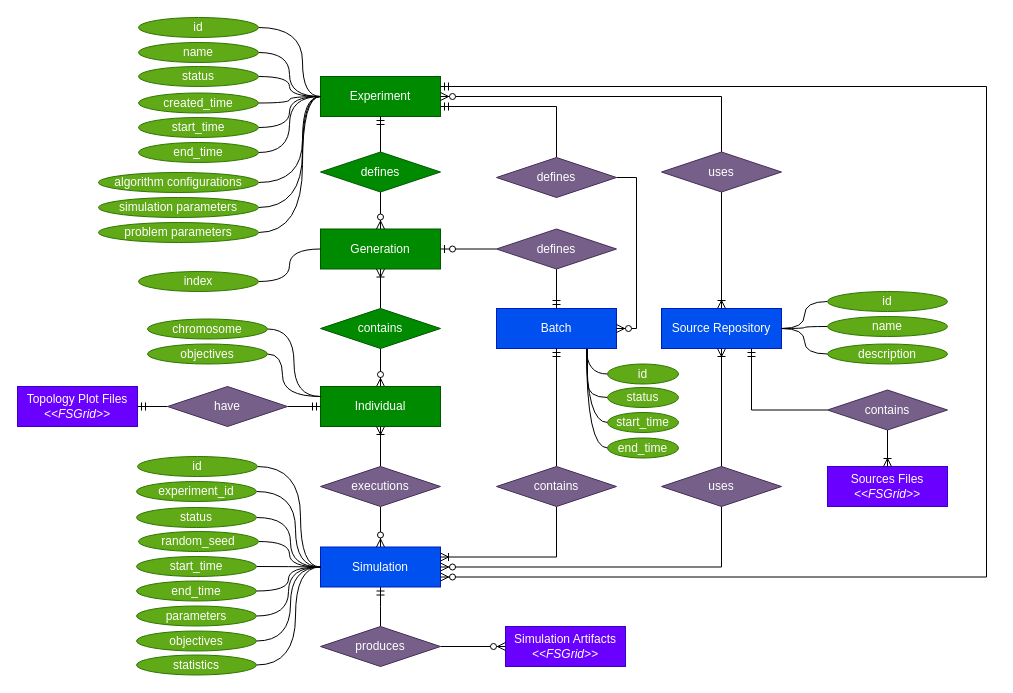
This is page "entity-relationship" (3 of 3) of docs/diagrams/diagrams1.drawio from JunioCesarFerreira/simlab, a draw.io file, before an edit. Source tidied: cells renumbered, new cells numbered last; positions are measured from the earlier drawing's top-left corner, leaving out a move shared by most shapes. Both pictures are drawn from the tidied source at 100%, with x=0, y=0 at pixel (17, 17).
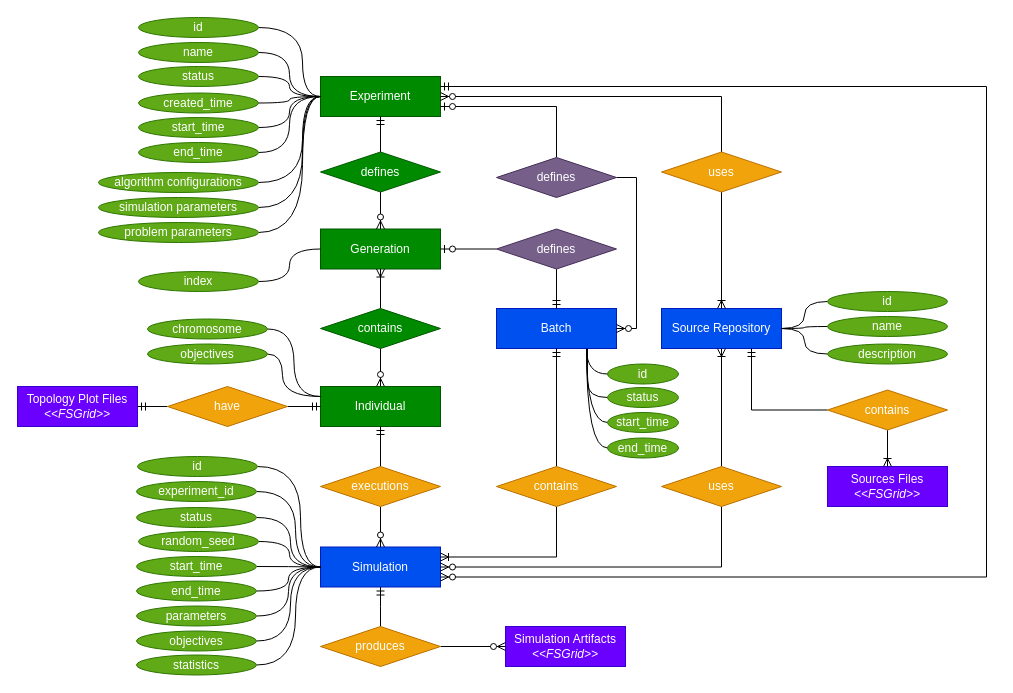
After the change.

The change refers to these unchanged cells:
```xml
<mxCell id="2" value="Experiment" style="rounded=0;whiteSpace=wrap;html=1;fillColor=#008a00;strokeColor=#005700;fontColor=#ffffff;" parent="1" vertex="1">
  <mxGeometry x="303" y="59" width="120" height="40" as="geometry" />
</mxCell>
<mxCell id="66" value="Individual" style="rounded=0;whiteSpace=wrap;html=1;fillColor=#008a00;strokeColor=#005700;fontColor=#ffffff;" parent="1" vertex="1">
  <mxGeometry x="303" y="369" width="120" height="40" as="geometry" />
</mxCell>
<mxCell id="100" value="defines" style="rhombus;whiteSpace=wrap;html=1;fillColor=#76608a;strokeColor=#432D57;fontColor=#ffffff;" parent="1" vertex="1">
  <mxGeometry x="479" y="140" width="120" height="40" as="geometry" />
</mxCell>
```

What changed in the source:
```diff
@@
-    <mxCell id="62" value="uses" style="rhombus;whiteSpace=wrap;html=1;fillColor=#76608a;strokeColor=#432D57;fontColor=#ffffff;" parent="1" vertex="1">
+    <mxCell id="62" value="uses" style="rhombus;whiteSpace=wrap;html=1;fillColor=#f0a30a;strokeColor=#BD7000;fontColor=#ffffff;" parent="1" vertex="1">
       <mxGeometry x="644" y="134.5" width="120" height="40" as="geometry" />
     </mxCell>
@@
-    <mxCell id="65" value="produces" style="rhombus;whiteSpace=wrap;html=1;fillColor=#76608a;strokeColor=#432D57;fontColor=#ffffff;" parent="1" vertex="1">
+    <mxCell id="65" value="produces" style="rhombus;whiteSpace=wrap;html=1;fillColor=#f0a30a;strokeColor=#BD7000;fontColor=#ffffff;" parent="1" vertex="1">
       <mxGeometry x="303" y="609" width="120" height="40" as="geometry" />
     </mxCell>
@@
-    <mxCell id="67" style="edgeStyle=orthogonalEdgeStyle;rounded=0;jettySize=auto;html=1;exitX=0.5;exitY=0;exitDx=0;exitDy=0;endArrow=ERoneToMany;endFill=0;" parent="1" edge="1" source="69" target="66">
+    <mxCell id="67" style="edgeStyle=orthogonalEdgeStyle;rounded=0;jettySize=auto;html=1;exitX=0.5;exitY=0;exitDx=0;exitDy=0;endArrow=ERmandOne;endFill=0;" parent="1" edge="1" source="69" target="66">
       <mxGeometry relative="1" as="geometry" />
     </mxCell>
@@
-    <mxCell id="69" value="&lt;span style=&quot;text-align: left&quot;&gt;executions&lt;/span&gt;" style="rhombus;whiteSpace=wrap;html=1;fillColor=#76608a;strokeColor=#432D57;fontColor=#ffffff;" parent="1" vertex="1">
+    <mxCell id="69" value="&lt;span style=&quot;text-align: left&quot;&gt;executions&lt;/span&gt;" style="rhombus;whiteSpace=wrap;html=1;fillColor=#f0a30a;strokeColor=#BD7000;fontColor=#ffffff;" parent="1" vertex="1">
       <mxGeometry x="303" y="449" width="120" height="40" as="geometry" />
     </mxCell>
@@
-    <mxCell id="74" value="uses" style="rhombus;whiteSpace=wrap;html=1;fillColor=#76608a;strokeColor=#432D57;fontColor=#ffffff;" parent="1" vertex="1">
+    <mxCell id="74" value="uses" style="rhombus;whiteSpace=wrap;html=1;fillColor=#f0a30a;strokeColor=#BD7000;fontColor=#ffffff;" parent="1" vertex="1">
       <mxGeometry x="644" y="449" width="120" height="40" as="geometry" />
     </mxCell>
@@
-    <mxCell id="84" value="contains" style="rhombus;whiteSpace=wrap;html=1;fillColor=#76608a;strokeColor=#432D57;fontColor=#ffffff;" parent="1" vertex="1">
+    <mxCell id="84" value="contains" style="rhombus;whiteSpace=wrap;html=1;fillColor=#f0a30a;strokeColor=#BD7000;fontColor=#ffffff;" parent="1" vertex="1">
       <mxGeometry x="479" y="449" width="120" height="40" as="geometry" />
     </mxCell>
@@
-    <mxCell id="91" value="contains" style="rhombus;whiteSpace=wrap;html=1;fillColor=#76608a;strokeColor=#432D57;fontColor=#ffffff;" parent="1" vertex="1">
+    <mxCell id="91" value="contains" style="rhombus;whiteSpace=wrap;html=1;fillColor=#f0a30a;strokeColor=#BD7000;fontColor=#ffffff;" parent="1" vertex="1">
       <mxGeometry x="810" y="372.5" width="120" height="40" as="geometry" />
     </mxCell>
@@
-    <mxCell id="97" value="&lt;span style=&quot;text-align: left&quot;&gt;have&lt;/span&gt;" style="rhombus;whiteSpace=wrap;html=1;fillColor=#76608a;strokeColor=#432D57;fontColor=#ffffff;" parent="1" vertex="1">
+    <mxCell id="97" value="&lt;span style=&quot;text-align: left&quot;&gt;have&lt;/span&gt;" style="rhombus;whiteSpace=wrap;html=1;fillColor=#f0a30a;strokeColor=#BD7000;fontColor=#ffffff;" parent="1" vertex="1">
       <mxGeometry x="150" y="369" width="120" height="40" as="geometry" />
     </mxCell>
-    <mxCell id="98" style="edgeStyle=orthogonalEdgeStyle;rounded=0;jettySize=auto;html=1;exitX=0.5;exitY=0;exitDx=0;exitDy=0;entryX=1;entryY=0.75;entryDx=0;entryDy=0;startArrow=none;startFill=0;endArrow=ERmandOne;endFill=0;" parent="1" edge="1" source="100" target="2">
+    <mxCell id="98" style="edgeStyle=orthogonalEdgeStyle;rounded=0;jettySize=auto;html=1;exitX=0.5;exitY=0;exitDx=0;exitDy=0;entryX=1;entryY=0.75;entryDx=0;entryDy=0;startArrow=none;startFill=0;endArrow=ERzeroToOne;endFill=1;" parent="1" edge="1" source="100" target="2">
       <mxGeometry relative="1" as="geometry" />
     </mxCell>
```
